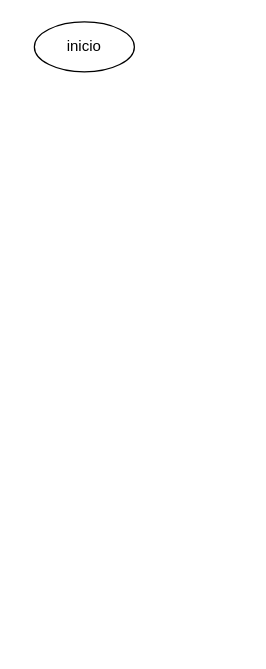
This is Prova01.drawio from Lucas086Aguiar/fluxograma, a draw.io file, before an edit. Source tidied: cells renumbered, new cells numbered last; positions are measured from the earlier drawing's top-left corner, leaving out a move shared by most shapes. Both pictures are drawn from the tidied source at 125%, with x=0, y=0 at pixel (34, 21).
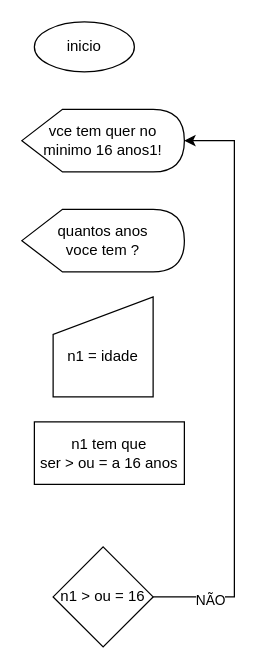
The same page after the edit.

What changed in the source:
```diff
@@
 <mxGraphModel>
   <root>
     <mxCell id="0" />
     <mxCell id="1" parent="0" />
     <mxCell id="2" value="inicio" style="ellipse;whiteSpace=wrap;html=1;" parent="1" vertex="1">
       <mxGeometry width="80" height="40" as="geometry" />
     </mxCell>
+    <mxCell id="3" value="vce tem quer no minimo 16 anos1!" style="shape=display;whiteSpace=wrap;html=1;" parent="1" vertex="1">
+      <mxGeometry x="-10" y="70" width="130" height="50" as="geometry" />
+    </mxCell>
+    <mxCell id="4" value="quantos anos &lt;br&gt;voce tem ?" style="shape=display;whiteSpace=wrap;html=1;" parent="1" vertex="1">
+      <mxGeometry x="-10" y="150" width="130" height="50" as="geometry" />
+    </mxCell>
+    <mxCell id="5" value="&lt;br&gt;n1 = idade" style="shape=manualInput;whiteSpace=wrap;html=1;" parent="1" vertex="1">
+      <mxGeometry x="15" y="220" width="80" height="80" as="geometry" />
+    </mxCell>
+    <mxCell id="6" value="&lt;font style=&quot;&quot;&gt;&lt;font style=&quot;&quot;&gt;&lt;font style=&quot;&quot;&gt;&lt;font style=&quot;&quot;&gt;&lt;font style=&quot;&quot;&gt;&lt;font style=&quot;&quot;&gt;&lt;font style=&quot;&quot;&gt;&lt;font style=&quot;&quot;&gt;&lt;span style=&quot;vertical-align: inherit;&quot;&gt;n1 tem que&lt;br&gt;&amp;nbsp;ser &amp;gt; ou = a 16 anos&amp;nbsp;&lt;/span&gt;&lt;/font&gt;&lt;/font&gt;&lt;/font&gt;&lt;/font&gt;&lt;/font&gt;&lt;/font&gt;&lt;/font&gt;&lt;/font&gt;" style="rounded=0;whiteSpace=wrap;html=1;" parent="1" vertex="1">
+      <mxGeometry y="320" width="120" height="50" as="geometry" />
+    </mxCell>
+    <mxCell id="7" style="edgeStyle=orthogonalEdgeStyle;rounded=0;jettySize=auto;html=1;exitX=1;exitY=0.5;exitDx=0;exitDy=0;entryX=1;entryY=0.5;entryDx=0;entryDy=0;entryPerimeter=0;" parent="1" edge="1" source="9" target="3">
+      <mxGeometry relative="1" as="geometry">
+        <Array as="points">
+          <mxPoint x="160" y="460" />
+          <mxPoint x="160" y="95" />
+        </Array>
+      </mxGeometry>
+    </mxCell>
+    <mxCell id="8" value="NÃO" style="edgeLabel;html=1;align=center;verticalAlign=middle;" parent="7" vertex="1">
+      <mxGeometry x="-0.81" y="-2" relative="1" as="geometry" />
+    </mxCell>
+    <mxCell id="9" value="n1 &amp;gt; ou = 16&lt;br&gt;" style="rhombus;whiteSpace=wrap;html=1;" parent="1" vertex="1">
+      <mxGeometry x="15" y="420" width="80" height="80" as="geometry" />
+    </mxCell>
   </root>
 </mxGraphModel>
```
